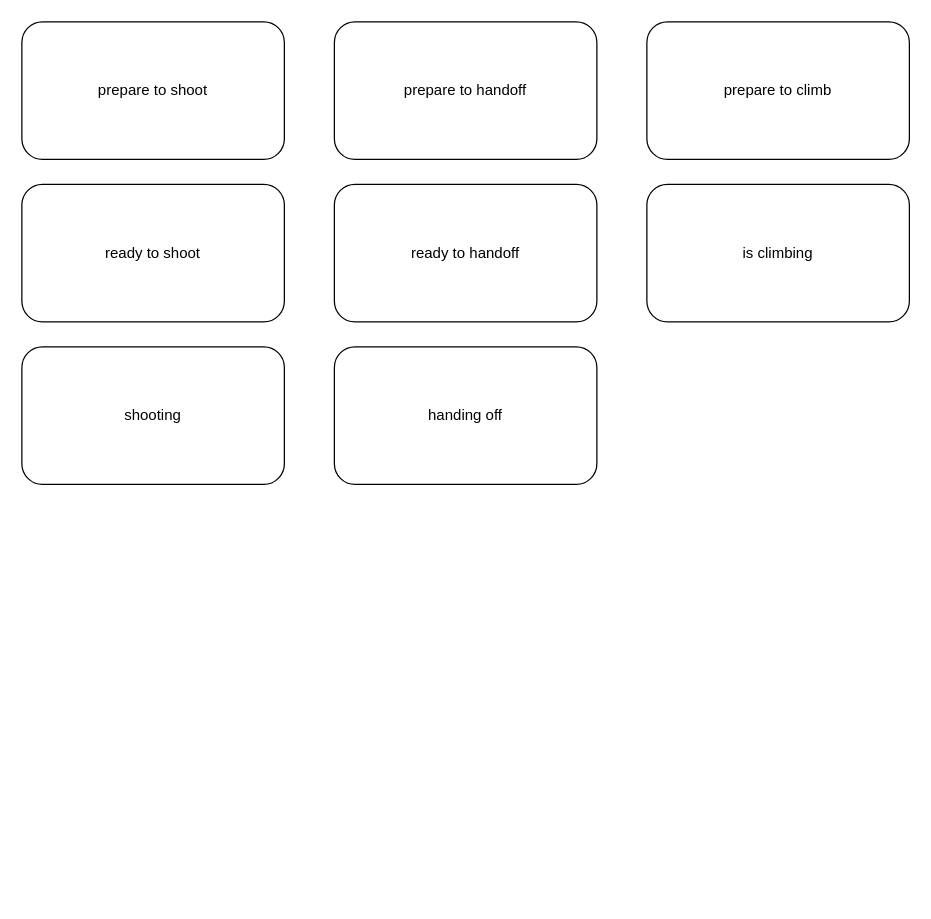
The draw.io diagram RobotShooterStates.drawio in Miles-K/firstgame, before the edit. Source tidied: cells renumbered, new cells numbered last; positions are measured from the earlier drawing's top-left corner, leaving out a move shared by most shapes. Both pictures are drawn from the tidied source at 125%, with x=0, y=0 at pixel (21, 21).
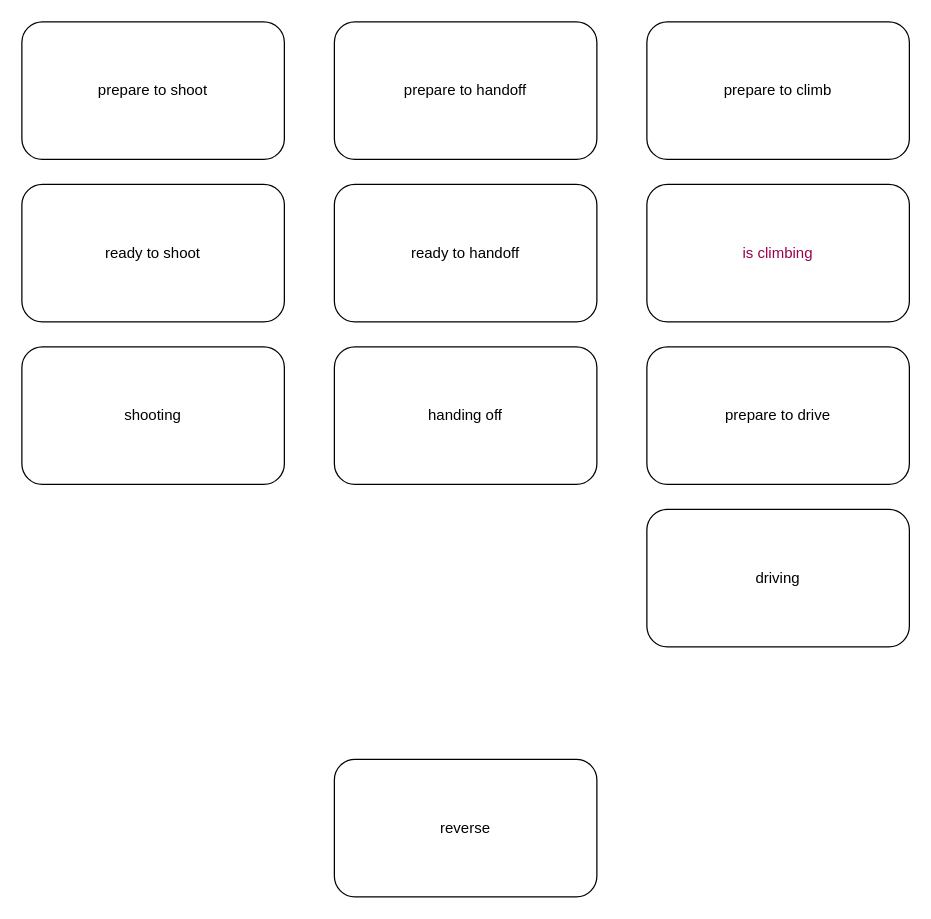
After the change.

Change to the diagram source:
```diff
@@
 <mxGraphModel>
   <root>
     <mxCell id="0" />
     <mxCell id="1" parent="0" />
     <mxCell id="2" value="prepare to shoot" style="rounded=1;whiteSpace=wrap;html=1;" parent="1" vertex="1">
       <mxGeometry width="210" height="110" as="geometry" />
     </mxCell>
     <mxCell id="3" value="ready to shoot" style="rounded=1;whiteSpace=wrap;html=1;" parent="1" vertex="1">
       <mxGeometry y="130" width="210" height="110" as="geometry" />
     </mxCell>
     <mxCell id="4" value="shooting" style="rounded=1;whiteSpace=wrap;html=1;" parent="1" vertex="1">
       <mxGeometry y="260" width="210" height="110" as="geometry" />
     </mxCell>
     <mxCell id="5" value="prepare to handoff" style="rounded=1;whiteSpace=wrap;html=1;" parent="1" vertex="1">
       <mxGeometry x="250" width="210" height="110" as="geometry" />
     </mxCell>
     <mxCell id="6" value="ready to handoff" style="rounded=1;whiteSpace=wrap;html=1;" parent="1" vertex="1">
       <mxGeometry x="250" y="130" width="210" height="110" as="geometry" />
     </mxCell>
     <mxCell id="7" value="handing off" style="rounded=1;whiteSpace=wrap;html=1;" parent="1" vertex="1">
       <mxGeometry x="250" y="260" width="210" height="110" as="geometry" />
     </mxCell>
     <mxCell id="8" value="prepare to climb" style="rounded=1;whiteSpace=wrap;html=1;" parent="1" vertex="1">
       <mxGeometry x="500" width="210" height="110" as="geometry" />
     </mxCell>
-    <mxCell id="9" value="is climbing" style="rounded=1;whiteSpace=wrap;html=1;" parent="1" vertex="1">
+    <mxCell id="9" value="&lt;font color=&quot;#99004d&quot;&gt;is climbing&lt;/font&gt;" style="rounded=1;whiteSpace=wrap;html=1;" parent="1" vertex="1">
       <mxGeometry x="500" y="130" width="210" height="110" as="geometry" />
     </mxCell>
+    <mxCell id="10" value="prepare to drive" style="rounded=1;whiteSpace=wrap;html=1;" parent="1" vertex="1">
+      <mxGeometry x="500" y="260" width="210" height="110" as="geometry" />
+    </mxCell>
+    <mxCell id="11" value="driving" style="rounded=1;whiteSpace=wrap;html=1;" parent="1" vertex="1">
+      <mxGeometry x="500" y="390" width="210" height="110" as="geometry" />
+    </mxCell>
+    <mxCell id="12" value="reverse" style="rounded=1;whiteSpace=wrap;html=1;" parent="1" vertex="1">
+      <mxGeometry x="250" y="590" width="210" height="110" as="geometry" />
+    </mxCell>
   </root>
 </mxGraphModel>
```
